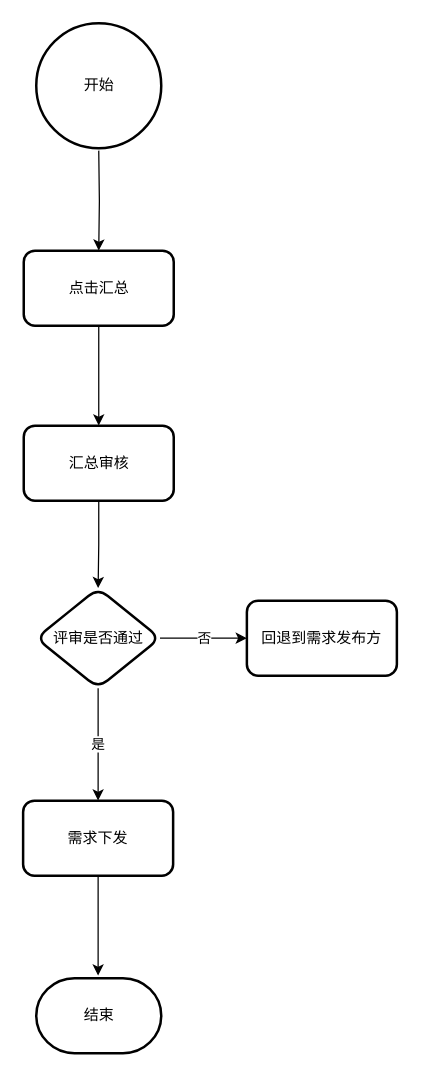
Above: page "第 2 页" (2 of 2) of 未命名绘图.drawio in leslie06/java_study0531 (draw.io), before the change. Source tidied: cells renumbered, new cells numbered last; positions are measured from the earlier drawing's top-left corner, leaving out a move shared by most shapes. Both pictures are drawn from the tidied source at 125%, with x=0, y=0 at pixel (22, 22).
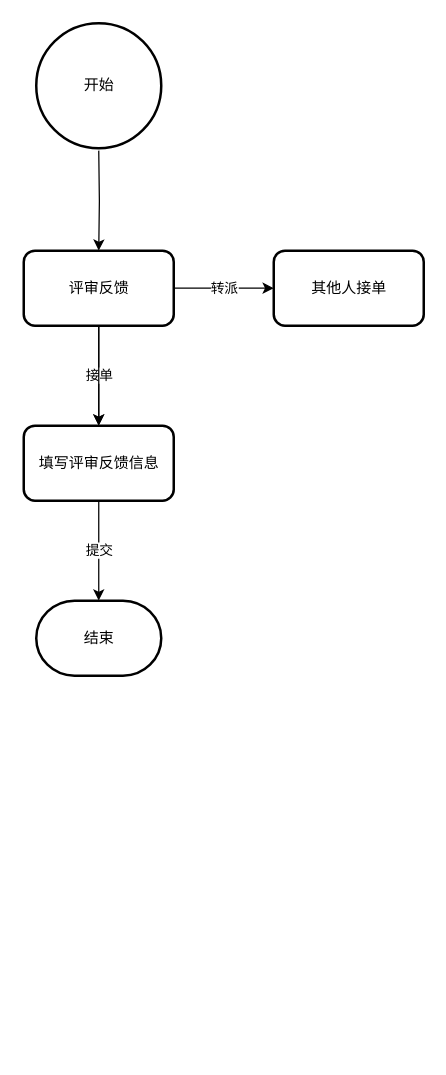
After the change.

Commit message:
更新未命名绘图.drawio

Change to the diagram source:
```diff
@@
 <mxGraphModel>
   <root>
     <mxCell id="0" />
     <mxCell id="1" parent="0" />
     <mxCell id="2" style="edgeStyle=orthogonalEdgeStyle;rounded=0;jettySize=auto;html=1;" parent="1" edge="1" target="4">
       <mxGeometry relative="1" as="geometry">
         <mxPoint x="60.5" y="102" as="sourcePoint" />
       </mxGeometry>
     </mxCell>
-    <mxCell id="3" style="edgeStyle=orthogonalEdgeStyle;rounded=0;jettySize=auto;html=1;" parent="1" edge="1" source="4" target="6">
-      <mxGeometry relative="1" as="geometry" />
+    <mxCell id="3" value="接单" style="edgeStyle=orthogonalEdgeStyle;rounded=0;jettySize=auto;html=1;" parent="1" edge="1" source="4">
+      <mxGeometry relative="1" as="geometry">
+        <mxPoint x="60.5" y="322" as="targetPoint" />
+      </mxGeometry>
     </mxCell>
+    <mxCell id="15" value="转派" style="edgeStyle=orthogonalEdgeStyle;rounded=0;jettySize=auto;html=1;" parent="1" edge="1" source="4" target="18">
+      <mxGeometry relative="1" as="geometry" />
+    </mxCell>
+    <mxCell id="16" style="edgeStyle=orthogonalEdgeStyle;rounded=0;jettySize=auto;html=1;" parent="1" edge="1" source="4" target="19">
+      <mxGeometry relative="1" as="geometry" />
+    </mxCell>
-    <mxCell id="4" value="点击汇总" style="rounded=1;whiteSpace=wrap;html=1;strokeWidth=2;" parent="1" vertex="1">
+    <mxCell id="4" value="评审反馈" style="rounded=1;whiteSpace=wrap;html=1;strokeWidth=2;" parent="1" vertex="1">
       <mxGeometry x="0.5" y="182" width="120" height="60" as="geometry" />
     </mxCell>
-    <mxCell id="5" style="edgeStyle=orthogonalEdgeStyle;rounded=0;jettySize=auto;html=1;" parent="1" edge="1" source="6" target="9">
-      <mxGeometry relative="1" as="geometry" />
-    </mxCell>
-    <mxCell id="6" value="汇总审核" style="rounded=1;whiteSpace=wrap;html=1;strokeWidth=2;" parent="1" vertex="1">
-      <mxGeometry x="0.5" y="322" width="120" height="60" as="geometry" />
-    </mxCell>
-    <mxCell id="7" value="是" style="edgeStyle=orthogonalEdgeStyle;rounded=0;jettySize=auto;html=1;" parent="1" edge="1" source="9" target="12">
-      <mxGeometry relative="1" as="geometry" />
-    </mxCell>
-    <mxCell id="8" value="否" style="edgeStyle=orthogonalEdgeStyle;rounded=0;jettySize=auto;html=1;" parent="1" edge="1" source="9" target="13">
-      <mxGeometry relative="1" as="geometry" />
-    </mxCell>
-    <mxCell id="9" value="评审是否通过" style="rhombus;whiteSpace=wrap;html=1;rounded=1;strokeWidth=2;" parent="1" vertex="1">
-      <mxGeometry x="10.5" y="452" width="99" height="80" as="geometry" />
-    </mxCell>
+    <mxCell id="17" value="提交" style="edgeStyle=orthogonalEdgeStyle;rounded=0;orthogonalLoop=1;jettySize=auto;html=1;" parent="1" edge="1">
+      <mxGeometry relative="1" as="geometry">
+        <mxPoint x="60.5" y="382" as="sourcePoint" />
+        <mxPoint x="60.5" y="462" as="targetPoint" />
+      </mxGeometry>
+    </mxCell>
     <mxCell id="10" value="开始" style="strokeWidth=2;html=1;shape=mxgraph.flowchart.start_2;whiteSpace=wrap;" parent="1" vertex="1">
       <mxGeometry x="10.5" width="100" height="100" as="geometry" />
     </mxCell>
-    <mxCell id="11" style="edgeStyle=orthogonalEdgeStyle;rounded=0;jettySize=auto;html=1;" parent="1" edge="1" source="12">
-      <mxGeometry relative="1" as="geometry">
-        <mxPoint x="60" y="762" as="targetPoint" />
-      </mxGeometry>
-    </mxCell>
-    <mxCell id="12" value="需求下发" style="whiteSpace=wrap;html=1;rounded=1;strokeWidth=2;" parent="1" vertex="1">
-      <mxGeometry y="622" width="120" height="60" as="geometry" />
-    </mxCell>
-    <mxCell id="13" value="回退到需求发布方" style="whiteSpace=wrap;html=1;rounded=1;strokeWidth=2;" parent="1" vertex="1">
-      <mxGeometry x="179" y="462" width="120" height="60" as="geometry" />
-    </mxCell>
     <mxCell id="14" value="结束" style="strokeWidth=2;html=1;shape=mxgraph.flowchart.terminator;whiteSpace=wrap;" parent="1" vertex="1">
-      <mxGeometry x="10.5" y="764" width="100" height="60" as="geometry" />
+      <mxGeometry x="10.5" y="462" width="100" height="60" as="geometry" />
     </mxCell>
+    <mxCell id="18" value="其他人接单" style="whiteSpace=wrap;html=1;rounded=1;strokeWidth=2;" parent="1" vertex="1">
+      <mxGeometry x="200.5" y="182" width="120" height="60" as="geometry" />
+    </mxCell>
+    <mxCell id="19" value="填写评审反馈信息" style="whiteSpace=wrap;html=1;rounded=1;strokeWidth=2;" parent="1" vertex="1">
+      <mxGeometry x="0.5" y="322" width="120" height="60" as="geometry" />
+    </mxCell>
   </root>
 </mxGraphModel>
```
